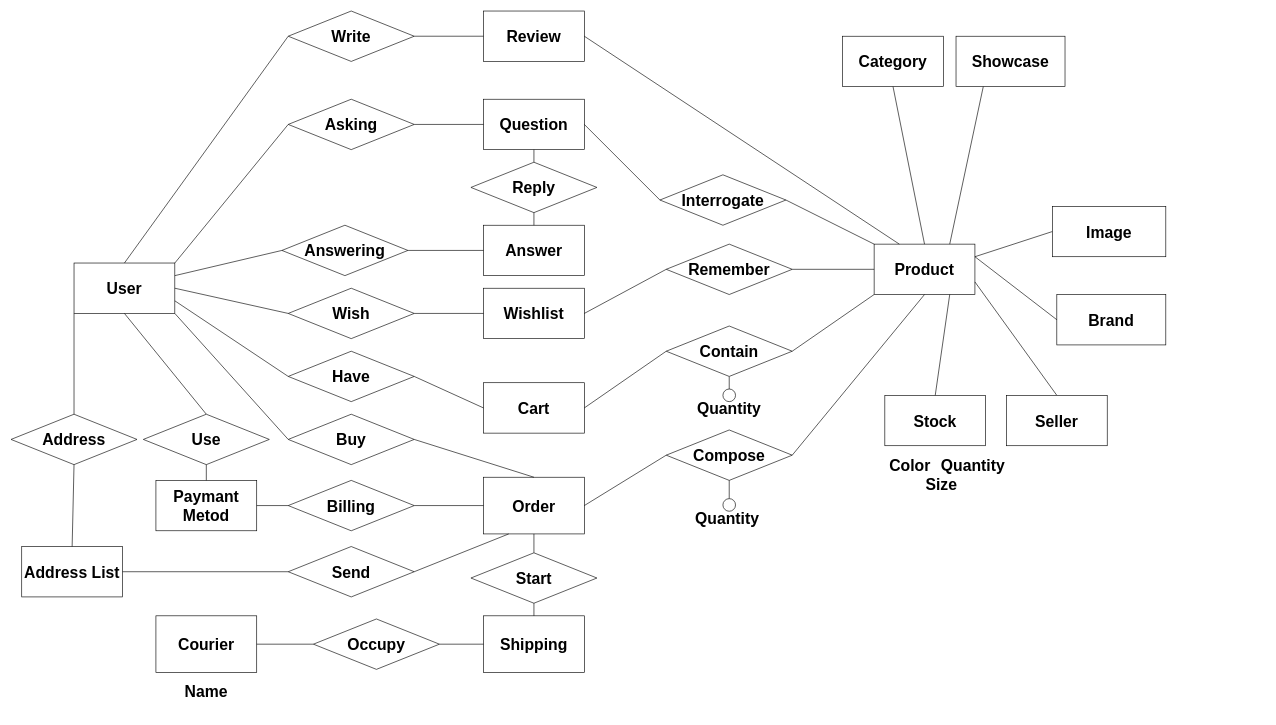
Coccio98/Tecnologie-del-web keeps this draw.io diagram as Tecnologie del web.drawio. Above is the earlier version. Source tidied: cells renumbered, new cells numbered last; positions are measured from the earlier drawing's top-left corner, leaving out a move shared by most shapes. Both pictures are drawn from the tidied source at 63%, with x=0, y=0 at pixel (11, 11).
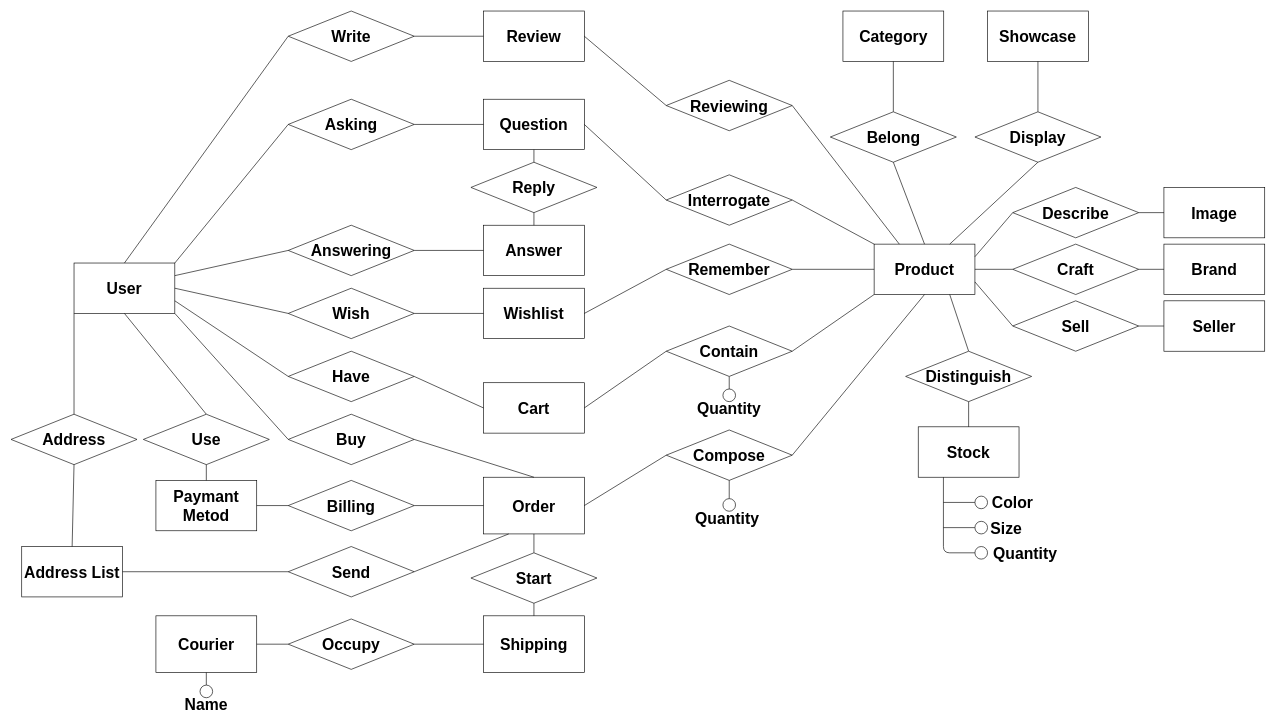
The same page after the edit.

The change refers to these unchanged cells:
```xml
<mxCell id="3" value="Product" style="rounded=0;whiteSpace=wrap;html=1;fontSize=25;fontStyle=1;" parent="1" vertex="1">
  <mxGeometry x="1370" y="370" width="160" height="80" as="geometry" />
</mxCell>
<mxCell id="23" value="Review" style="rounded=0;whiteSpace=wrap;html=1;fontSize=25;fontStyle=1;" parent="1" vertex="1">
  <mxGeometry x="750" width="160" height="80" as="geometry" />
</mxCell>
<mxCell id="38" value="Courier" style="rounded=0;whiteSpace=wrap;html=1;fontSize=25;fontStyle=1;" parent="1" vertex="1">
  <mxGeometry x="230" y="960" width="160" height="90" as="geometry" />
</mxCell>
```

Change to the diagram source:
```diff
@@
     <mxCell id="4" value="Category" style="rounded=0;whiteSpace=wrap;html=1;fontSize=25;fontStyle=1;" parent="1" vertex="1">
-      <mxGeometry x="1320" y="40" width="160" height="80" as="geometry" />
+      <mxGeometry x="1320.5" width="160" height="80" as="geometry" />
     </mxCell>
-    <mxCell id="5" style="endArrow=none;html=1;exitX=0.5;exitY=0;exitDx=0;exitDy=0;entryX=0.5;entryY=1;entryDx=0;entryDy=0;fontSize=25;fontStyle=1;" parent="1" edge="1" source="3" target="4">
+    <mxCell id="5" style="endArrow=none;html=1;exitX=0.5;exitY=0;exitDx=0;exitDy=0;entryX=0.5;entryY=1;entryDx=0;entryDy=0;fontSize=25;fontStyle=1;" parent="1" edge="1" source="92" target="4">
       <mxGeometry relative="1" as="geometry" />
     </mxCell>
@@
-    <mxCell id="21" style="endArrow=none;html=1;entryX=1;entryY=0.25;entryDx=0;entryDy=0;exitX=0;exitY=0.5;exitDx=0;exitDy=0;fontSize=25;fontStyle=1;" parent="1" edge="1" source="22" target="3">
+    <mxCell id="21" style="endArrow=none;html=1;entryX=1;entryY=0.25;entryDx=0;entryDy=0;exitX=0;exitY=0.5;exitDx=0;exitDy=0;fontSize=25;fontStyle=1;" parent="1" edge="1" source="96" target="3">
       <mxGeometry relative="1" as="geometry" />
     </mxCell>
     <mxCell id="22" value="Image" style="rounded=0;whiteSpace=wrap;html=1;fontSize=25;fontStyle=1;" parent="1" vertex="1">
-      <mxGeometry x="1653" y="310" width="180" height="80" as="geometry" />
+      <mxGeometry x="1830" y="280" width="160" height="80" as="geometry" />
     </mxCell>
@@
-    <mxCell id="24" style="endArrow=none;html=1;entryX=1;entryY=0.5;entryDx=0;entryDy=0;exitX=0.25;exitY=0;exitDx=0;exitDy=0;fontSize=25;fontStyle=1;" parent="1" edge="1" source="3" target="23">
+    <mxCell id="24" style="endArrow=none;html=1;entryX=1;entryY=0.5;entryDx=0;entryDy=0;exitX=0;exitY=0.5;exitDx=0;exitDy=0;fontSize=25;fontStyle=1;" parent="1" edge="1" source="88" target="23">
       <mxGeometry relative="1" as="geometry" />
     </mxCell>
@@
-    <mxCell id="27" style="endArrow=none;html=1;fontSize=25;exitX=1;exitY=0.75;exitDx=0;exitDy=0;entryX=0.5;entryY=0;entryDx=0;entryDy=0;" parent="1" edge="1" source="3" target="28">
+    <mxCell id="27" style="endArrow=none;html=1;fontSize=25;exitX=1;exitY=0.5;exitDx=0;exitDy=0;entryX=0;entryY=0.5;entryDx=0;entryDy=0;" parent="1" edge="1" source="100" target="28">
       <mxGeometry relative="1" as="geometry" />
     </mxCell>
     <mxCell id="28" value="Seller" style="rounded=0;whiteSpace=wrap;html=1;fontSize=25;fontStyle=1;" parent="1" vertex="1">
-      <mxGeometry x="1580" y="610" width="160" height="80" as="geometry" />
+      <mxGeometry x="1830" y="460" width="160" height="80" as="geometry" />
     </mxCell>
     <mxCell id="29" value="Brand" style="rounded=0;whiteSpace=wrap;html=1;fontSize=25;fontStyle=1;" parent="1" vertex="1">
-      <mxGeometry x="1660" y="450" width="173" height="80" as="geometry" />
+      <mxGeometry x="1830" y="370" width="160" height="80" as="geometry" />
     </mxCell>
-    <mxCell id="30" style="endArrow=none;html=1;fontSize=25;entryX=0;entryY=0.5;entryDx=0;entryDy=0;exitX=1;exitY=0.25;exitDx=0;exitDy=0;" parent="1" edge="1" source="3" target="29">
+    <mxCell id="30" style="endArrow=none;html=1;fontSize=25;entryX=0;entryY=0.5;entryDx=0;entryDy=0;exitX=1;exitY=0.5;exitDx=0;exitDy=0;" parent="1" edge="1" source="98" target="29">
       <mxGeometry relative="1" as="geometry" />
     </mxCell>
     <mxCell id="31" value="Stock" style="rounded=0;whiteSpace=wrap;html=1;fontSize=25;fontStyle=1;" parent="1" vertex="1">
-      <mxGeometry x="1387" y="610" width="160" height="80" as="geometry" />
+      <mxGeometry x="1440" y="660" width="160" height="80" as="geometry" />
     </mxCell>
-    <mxCell id="32" style="endArrow=none;html=1;fontSize=25;entryX=0.75;entryY=1;entryDx=0;entryDy=0;exitX=0.5;exitY=0;exitDx=0;exitDy=0;" parent="1" edge="1" source="31" target="3">
+    <mxCell id="32" style="endArrow=none;html=1;fontSize=25;entryX=0.75;entryY=1;entryDx=0;entryDy=0;exitX=0.5;exitY=0;exitDx=0;exitDy=0;" parent="1" edge="1" source="102" target="3">
       <mxGeometry relative="1" as="geometry" />
     </mxCell>
     <mxCell id="33" value="Color" style="text;html=1;strokeColor=none;fillColor=none;align=center;verticalAlign=middle;whiteSpace=wrap;rounded=0;fontSize=25;fontStyle=1;" parent="1" vertex="1">
-      <mxGeometry x="1407" y="710" width="40" height="20" as="geometry" />
+      <mxGeometry x="1570" y="770" width="40" height="20" as="geometry" />
     </mxCell>
     <mxCell id="34" value="Quantity" style="text;html=1;strokeColor=none;fillColor=none;align=center;verticalAlign=middle;whiteSpace=wrap;rounded=0;fontSize=25;fontStyle=1;" parent="1" vertex="1">
-      <mxGeometry x="1507" y="710" width="40" height="20" as="geometry" />
+      <mxGeometry x="1590" y="850" width="40" height="20" as="geometry" />
     </mxCell>
     <mxCell id="35" value="Size" style="text;html=1;strokeColor=none;fillColor=none;align=center;verticalAlign=middle;whiteSpace=wrap;rounded=0;fontSize=25;fontStyle=1;" parent="1" vertex="1">
-      <mxGeometry x="1457" y="740" width="40" height="20" as="geometry" />
+      <mxGeometry x="1560" y="810" width="40" height="20" as="geometry" />
     </mxCell>
@@
     <mxCell id="40" value="Name" style="text;html=1;strokeColor=none;fillColor=none;align=center;verticalAlign=middle;whiteSpace=wrap;rounded=0;fontSize=25;fontStyle=1;" parent="1" vertex="1">
-      <mxGeometry x="290" y="1070" width="40" height="20" as="geometry" />
+      <mxGeometry x="290" y="1090" width="40" height="20" as="geometry" />
     </mxCell>
     <mxCell id="41" value="Showcase" style="rounded=0;whiteSpace=wrap;html=1;fontSize=25;fontStyle=1;" parent="1" vertex="1">
-      <mxGeometry x="1500" y="40" width="173" height="80" as="geometry" />
+      <mxGeometry x="1550" width="160" height="80" as="geometry" />
     </mxCell>
-    <mxCell id="42" style="endArrow=none;html=1;fontSize=25;entryX=0.25;entryY=1;entryDx=0;entryDy=0;exitX=0.75;exitY=0;exitDx=0;exitDy=0;" parent="1" edge="1" source="3" target="41">
+    <mxCell id="42" style="endArrow=none;html=1;fontSize=25;entryX=0.5;entryY=1;entryDx=0;entryDy=0;exitX=0.5;exitY=0;exitDx=0;exitDy=0;" parent="1" edge="1" source="94" target="41">
       <mxGeometry relative="1" as="geometry" />
     </mxCell>
@@
     <mxCell id="51" value="Answering" style="rhombus;whiteSpace=wrap;html=1;fontSize=25;fontStyle=1;" parent="1" vertex="1">
-      <mxGeometry x="430" y="340" width="200" height="80" as="geometry" />
+      <mxGeometry x="440" y="340" width="200" height="80" as="geometry" />
     </mxCell>
@@
     <mxCell id="73" value="Occupy" style="rhombus;whiteSpace=wrap;html=1;fontSize=25;fontStyle=1;" parent="1" vertex="1">
-      <mxGeometry x="480" y="965" width="200" height="80" as="geometry" />
+      <mxGeometry x="440" y="965" width="200" height="80" as="geometry" />
     </mxCell>
@@
     <mxCell id="86" value="Interrogate" style="rhombus;whiteSpace=wrap;html=1;fontSize=25;fontStyle=1;" parent="1" vertex="1">
-      <mxGeometry x="1030" y="260" width="200" height="80" as="geometry" />
+      <mxGeometry x="1040" y="260" width="200" height="80" as="geometry" />
     </mxCell>
@@
+    <mxCell id="88" value="Reviewing" style="rhombus;whiteSpace=wrap;html=1;fontSize=25;fontStyle=1;" parent="1" vertex="1">
+      <mxGeometry x="1040" y="110" width="200" height="80" as="geometry" />
+    </mxCell>
+    <mxCell id="89" style="endArrow=none;html=1;entryX=1;entryY=0.5;entryDx=0;entryDy=0;exitX=0.25;exitY=0;exitDx=0;exitDy=0;fontSize=25;fontStyle=1;" parent="1" edge="1" source="3" target="88">
+      <mxGeometry relative="1" as="geometry" />
+    </mxCell>
+    <mxCell id="90" style="endArrow=none;html=1;fontSize=25;entryX=0.5;entryY=0;entryDx=0;entryDy=0;exitX=0.5;exitY=1;exitDx=0;exitDy=0;" parent="1" edge="1" source="38" target="91">
+      <mxGeometry relative="1" as="geometry" />
+    </mxCell>
+    <mxCell id="91" style="ellipse;whiteSpace=wrap;html=1;fontSize=25;" parent="1" vertex="1">
+      <mxGeometry x="300" y="1070" width="20" height="20" as="geometry" />
+    </mxCell>
+    <mxCell id="92" value="Belong" style="rhombus;whiteSpace=wrap;html=1;fontSize=25;fontStyle=1;" parent="1" vertex="1">
+      <mxGeometry x="1300.5" y="160" width="200" height="80" as="geometry" />
+    </mxCell>
+    <mxCell id="93" style="endArrow=none;html=1;exitX=0.5;exitY=0;exitDx=0;exitDy=0;entryX=0.5;entryY=1;entryDx=0;entryDy=0;fontSize=25;fontStyle=1;" parent="1" edge="1" source="3" target="92">
+      <mxGeometry relative="1" as="geometry" />
+    </mxCell>
+    <mxCell id="94" value="Display" style="rhombus;whiteSpace=wrap;html=1;fontSize=25;fontStyle=1;" parent="1" vertex="1">
+      <mxGeometry x="1530" y="160" width="200" height="80" as="geometry" />
+    </mxCell>
+    <mxCell id="95" style="endArrow=none;html=1;fontSize=25;entryX=0.5;entryY=1;entryDx=0;entryDy=0;exitX=0.75;exitY=0;exitDx=0;exitDy=0;" parent="1" edge="1" source="3" target="94">
+      <mxGeometry relative="1" as="geometry" />
+    </mxCell>
+    <mxCell id="96" value="Describe" style="rhombus;whiteSpace=wrap;html=1;fontSize=25;fontStyle=1;" parent="1" vertex="1">
+      <mxGeometry x="1590" y="280" width="200" height="80" as="geometry" />
+    </mxCell>
+    <mxCell id="97" style="endArrow=none;html=1;entryX=1;entryY=0.5;entryDx=0;entryDy=0;exitX=0;exitY=0.5;exitDx=0;exitDy=0;fontSize=25;fontStyle=1;" parent="1" edge="1" source="22" target="96">
+      <mxGeometry relative="1" as="geometry" />
+    </mxCell>
+    <mxCell id="98" value="Craft" style="rhombus;whiteSpace=wrap;html=1;fontSize=25;fontStyle=1;" parent="1" vertex="1">
+      <mxGeometry x="1590" y="370" width="200" height="80" as="geometry" />
+    </mxCell>
+    <mxCell id="99" style="endArrow=none;html=1;fontSize=25;entryX=0;entryY=0.5;entryDx=0;entryDy=0;exitX=1;exitY=0.5;exitDx=0;exitDy=0;" parent="1" edge="1" source="3" target="98">
+      <mxGeometry relative="1" as="geometry" />
+    </mxCell>
+    <mxCell id="100" value="Sell" style="rhombus;whiteSpace=wrap;html=1;fontSize=25;fontStyle=1;" parent="1" vertex="1">
+      <mxGeometry x="1590" y="460" width="200" height="80" as="geometry" />
+    </mxCell>
+    <mxCell id="101" style="endArrow=none;html=1;fontSize=25;exitX=1;exitY=0.75;exitDx=0;exitDy=0;entryX=0;entryY=0.5;entryDx=0;entryDy=0;" parent="1" edge="1" source="3" target="100">
+      <mxGeometry relative="1" as="geometry" />
+    </mxCell>
+    <mxCell id="102" value="Distinguish" style="rhombus;whiteSpace=wrap;html=1;fontSize=25;fontStyle=1;" parent="1" vertex="1">
+      <mxGeometry x="1420" y="540" width="200" height="80" as="geometry" />
+    </mxCell>
+    <mxCell id="103" style="endArrow=none;html=1;fontSize=25;entryX=0.5;entryY=1;entryDx=0;entryDy=0;exitX=0.5;exitY=0;exitDx=0;exitDy=0;" parent="1" edge="1" source="31" target="102">
+      <mxGeometry relative="1" as="geometry" />
+    </mxCell>
+    <mxCell id="104" style="endArrow=none;html=1;fontSize=25;entryX=0.25;entryY=1;entryDx=0;entryDy=0;exitX=0;exitY=0.5;exitDx=0;exitDy=0;" parent="1" edge="1" source="105" target="31">
+      <mxGeometry relative="1" as="geometry">
+        <Array as="points">
+          <mxPoint x="1480" y="860" />
+        </Array>
+      </mxGeometry>
+    </mxCell>
+    <mxCell id="105" style="ellipse;whiteSpace=wrap;html=1;fontSize=25;" parent="1" vertex="1">
+      <mxGeometry x="1530" y="850" width="20" height="20" as="geometry" />
+    </mxCell>
+    <mxCell id="106" style="endArrow=none;html=1;fontSize=25;exitX=0;exitY=0.5;exitDx=0;exitDy=0;" parent="1" edge="1" source="108">
+      <mxGeometry relative="1" as="geometry">
+        <mxPoint x="1480" y="820" as="targetPoint" />
+      </mxGeometry>
+    </mxCell>
+    <mxCell id="107" style="endArrow=none;html=1;fontSize=25;exitX=0;exitY=0.5;exitDx=0;exitDy=0;" parent="1" edge="1" source="109">
+      <mxGeometry relative="1" as="geometry">
+        <mxPoint x="1480" y="780" as="targetPoint" />
+      </mxGeometry>
+    </mxCell>
+    <mxCell id="108" style="ellipse;whiteSpace=wrap;html=1;fontSize=25;" parent="1" vertex="1">
+      <mxGeometry x="1530" y="810" width="20" height="20" as="geometry" />
+    </mxCell>
+    <mxCell id="109" style="ellipse;whiteSpace=wrap;html=1;fontSize=25;" parent="1" vertex="1">
+      <mxGeometry x="1530" y="770" width="20" height="20" as="geometry" />
+    </mxCell>
```
